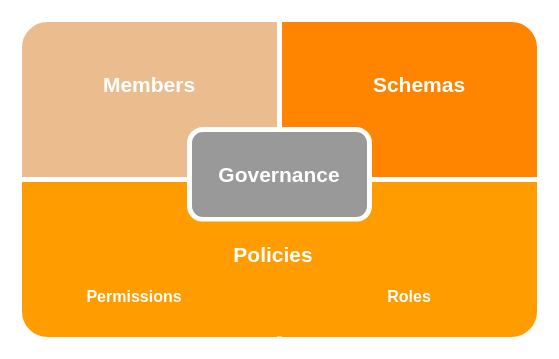
The draw.io diagram page "governance" (1 of 2) of docs/technology/governance.drawio in opencanarias/taple-docsite, before the edit. Source tidied: cells renumbered, new cells numbered last; positions are measured from the earlier drawing's top-left corner, leaving out a move shared by most shapes. Both pictures are drawn from the tidied source at 100%, with x=0, y=0 at pixel (19, 19).
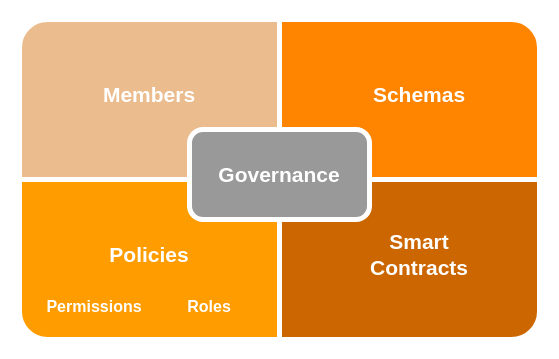
The same diagram, later.

Commit message (it also covers changes not shown here):
fix(TAP-1455): Smart contracts added to governance section

Change to the diagram source:
```diff
@@
 <mxGraphModel>
   <root>
     <mxCell id="0" />
     <mxCell id="1" parent="0" />
     <mxCell id="2" style="verticalLabelPosition=bottom;verticalAlign=top;html=1;shape=mxgraph.basic.corner_round_rect;dx=14;whiteSpace=wrap;fillColor=#EBBC8D;strokeColor=#FFFFFF;strokeWidth=5;" parent="1" vertex="1">
       <mxGeometry width="260" height="160" as="geometry" />
     </mxCell>
-    <mxCell id="3" style="verticalLabelPosition=bottom;verticalAlign=top;html=1;shape=mxgraph.basic.corner_round_rect;dx=14;whiteSpace=wrap;fillColor=#FF9D00;strokeColor=#FFFFFF;rotation=-180;strokeWidth=5;" parent="1" vertex="1">
+    <mxCell id="3" style="verticalLabelPosition=bottom;verticalAlign=top;html=1;shape=mxgraph.basic.corner_round_rect;dx=14;whiteSpace=wrap;fillColor=#CC6600;strokeColor=#FFFFFF;rotation=-180;strokeWidth=5;" parent="1" vertex="1">
       <mxGeometry x="260" y="160" width="260" height="160" as="geometry" />
     </mxCell>
     <mxCell id="4" style="verticalLabelPosition=bottom;verticalAlign=top;html=1;shape=mxgraph.basic.corner_round_rect;dx=14;whiteSpace=wrap;fillColor=#FF9D00;strokeColor=#FFFFFF;rotation=-180;flipH=1;strokeWidth=5;" parent="1" vertex="1">
       <mxGeometry y="160" width="260" height="160" as="geometry" />
     </mxCell>
     <mxCell id="5" style="verticalLabelPosition=bottom;verticalAlign=top;html=1;shape=mxgraph.basic.corner_round_rect;dx=14;whiteSpace=wrap;fillColor=#FF8500;strokeColor=#FFFFFF;rotation=0;flipH=1;strokeWidth=5;" parent="1" vertex="1">
       <mxGeometry x="260" width="260" height="160" as="geometry" />
     </mxCell>
     <mxCell id="6" value="&lt;font size=&quot;1&quot; color=&quot;#ffffff&quot;&gt;&lt;b style=&quot;font-size: 21px;&quot;&gt;Governance&lt;/b&gt;&lt;/font&gt;" style="rounded=1;whiteSpace=wrap;html=1;strokeColor=#FFFFFF;strokeWidth=5;fillColor=#999999;fontColor=#333333;" parent="1" vertex="1">
       <mxGeometry x="170" y="110" width="180" height="90" as="geometry" />
     </mxCell>
     <mxCell id="7" value="Members" style="text;html=1;strokeColor=none;fillColor=none;align=center;verticalAlign=middle;whiteSpace=wrap;rounded=0;strokeWidth=5;fontSize=21;fontColor=#FFFFFF;fontStyle=1;" parent="1" vertex="1">
-      <mxGeometry x="50" y="35" width="160" height="60" as="geometry" />
+      <mxGeometry x="50" y="45" width="160" height="60" as="geometry" />
     </mxCell>
     <mxCell id="8" value="&lt;font style=&quot;font-size: 21px;&quot;&gt;Schemas&lt;/font&gt;" style="text;html=1;strokeColor=none;fillColor=none;align=center;verticalAlign=middle;whiteSpace=wrap;rounded=0;strokeWidth=5;fontSize=21;fontColor=#FFFFFF;fontStyle=1;" parent="1" vertex="1">
-      <mxGeometry x="370" y="50" width="60" height="30" as="geometry" />
+      <mxGeometry x="370" y="60" width="60" height="30" as="geometry" />
     </mxCell>
     <mxCell id="9" value="&lt;font style=&quot;font-size: 16px;&quot;&gt;Permissions&lt;/font&gt;" style="text;html=1;strokeColor=none;fillColor=none;align=center;verticalAlign=middle;whiteSpace=wrap;rounded=0;strokeWidth=5;fontSize=21;fontColor=#FFFFFF;fontStyle=1;" parent="1" vertex="1">
-      <mxGeometry x="30" y="260" width="170" height="30" as="geometry" />
+      <mxGeometry x="20" y="270" width="110" height="30" as="geometry" />
     </mxCell>
+    <mxCell id="12" value="&lt;font style=&quot;font-size: 21px;&quot;&gt;Policies&lt;/font&gt;" style="text;html=1;strokeColor=none;fillColor=none;align=center;verticalAlign=middle;whiteSpace=wrap;rounded=0;strokeWidth=5;fontSize=21;fontColor=#FFFFFF;fontStyle=1;" parent="1" vertex="1">
+      <mxGeometry x="100" y="220" width="60" height="30" as="geometry" />
+    </mxCell>
     <mxCell id="10" value="&lt;font style=&quot;font-size: 16px;&quot;&gt;Roles&lt;/font&gt;" style="text;html=1;strokeColor=none;fillColor=none;align=center;verticalAlign=middle;whiteSpace=wrap;rounded=0;strokeWidth=5;fontSize=21;fontColor=#FFFFFF;fontStyle=1;" parent="1" vertex="1">
-      <mxGeometry x="310" y="260" width="160" height="30" as="geometry" />
+      <mxGeometry x="130" y="270" width="120" height="30" as="geometry" />
     </mxCell>
-    <mxCell id="11" style="verticalLabelPosition=bottom;verticalAlign=top;html=1;shape=mxgraph.basic.corner_round_rect;dx=14;whiteSpace=wrap;fillColor=#FF9D00;strokeColor=none;rotation=-180;flipH=1;strokeWidth=5;" parent="1" vertex="1">
-      <mxGeometry x="170" y="202" width="175" height="115" as="geometry" />
-    </mxCell>
-    <mxCell id="12" value="&lt;font style=&quot;font-size: 21px;&quot;&gt;Policies&lt;/font&gt;" style="text;html=1;strokeColor=none;fillColor=none;align=center;verticalAlign=middle;whiteSpace=wrap;rounded=0;strokeWidth=5;fontSize=21;fontColor=#FFFFFF;fontStyle=1;" parent="1" vertex="1">
-      <mxGeometry x="224" y="220" width="60" height="30" as="geometry" />
-    </mxCell>
+    <mxCell id="13" value="Smart Contracts" style="text;html=1;strokeColor=none;fillColor=none;align=center;verticalAlign=middle;whiteSpace=wrap;rounded=0;strokeWidth=5;fontSize=21;fontColor=#FFFFFF;fontStyle=1;" parent="1" vertex="1">
+      <mxGeometry x="320" y="205" width="160" height="60" as="geometry" />
+    </mxCell>
   </root>
 </mxGraphModel>
```
